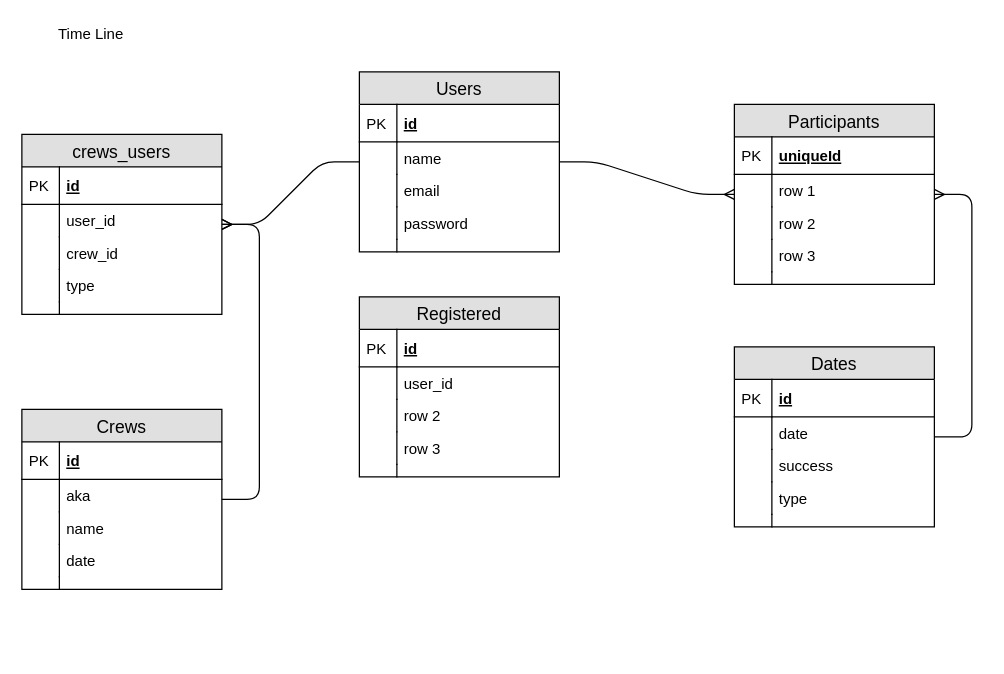
The draw.io diagram Time Line.drawio in Isidro-hernndez/Texto1, before the edit. Source tidied: cells renumbered, new cells numbered last; positions are measured from the earlier drawing's top-left corner, leaving out a move shared by most shapes. Both pictures are drawn from the tidied source at 125%, with x=0, y=0 at pixel (21, 21).
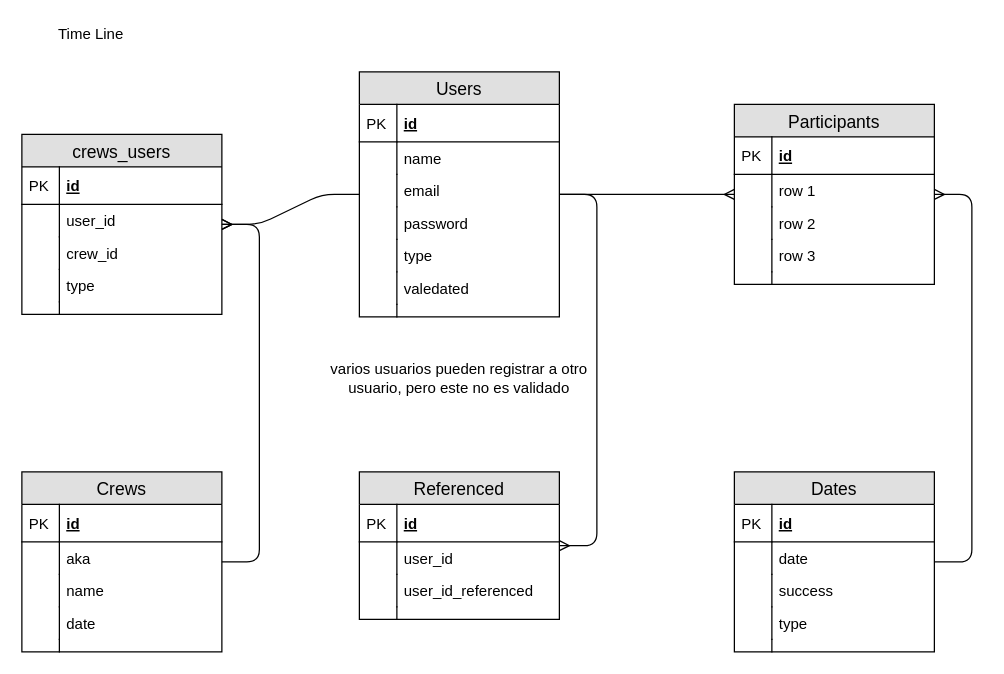
The same diagram, later.

Unchanged cells that the change refers to:
```xml
<mxCell id="50" value="Participants" style="swimlane;fontStyle=0;horizontal=1;startSize=26;fillColor=#e0e0e0;swimlaneFillColor=#ffffff;align=center;fontSize=14;" parent="1" vertex="1">
  <mxGeometry x="570" y="66" width="160" height="144" as="geometry" />
</mxCell>
```

Change to the diagram source:
```diff
@@
     <mxCell id="3" value="Users" style="swimlane;fontStyle=0;horizontal=1;startSize=26;fillColor=#e0e0e0;swimlaneFillColor=#ffffff;align=center;fontSize=14;" parent="1" vertex="1">
-      <mxGeometry x="270" y="40" width="160" height="144" as="geometry" />
+      <mxGeometry x="270" y="40" width="160" height="196" as="geometry" />
     </mxCell>
@@
+    <mxCell id="73" value="type" style="shape=partialRectangle;top=0;left=0;right=0;bottom=0;align=left;verticalAlign=top;fillColor=none;spacingLeft=34;spacingRight=4;overflow=hidden;fontSize=12;" parent="3" vertex="1">
+      <mxGeometry y="134" width="160" height="26" as="geometry" />
+    </mxCell>
+    <mxCell id="74" style="shape=partialRectangle;top=0;left=0;bottom=0;fillColor=none;align=left;verticalAlign=top;spacingLeft=4;spacingRight=4;overflow=hidden;fontSize=12;" parent="73" vertex="1">
+      <mxGeometry width="30" height="26" as="geometry" />
+    </mxCell>
+    <mxCell id="75" value="valedated" style="shape=partialRectangle;top=0;left=0;right=0;bottom=0;align=left;verticalAlign=top;fillColor=none;spacingLeft=34;spacingRight=4;overflow=hidden;fontSize=12;" parent="3" vertex="1">
+      <mxGeometry y="160" width="160" height="26" as="geometry" />
+    </mxCell>
+    <mxCell id="76" style="shape=partialRectangle;top=0;left=0;bottom=0;fillColor=none;align=left;verticalAlign=top;spacingLeft=4;spacingRight=4;overflow=hidden;fontSize=12;" parent="75" vertex="1">
+      <mxGeometry width="30" height="26" as="geometry" />
+    </mxCell>
     <mxCell id="12" style="shape=partialRectangle;top=0;left=0;right=0;bottom=0;align=left;verticalAlign=top;fillColor=none;spacingLeft=34;spacingRight=4;overflow=hidden;fontSize=12;" parent="3" vertex="1">
-      <mxGeometry y="134" width="160" height="10" as="geometry" />
+      <mxGeometry y="186" width="160" height="10" as="geometry" />
     </mxCell>
@@
     <mxCell id="14" value="Dates" style="swimlane;fontStyle=0;horizontal=1;startSize=26;fillColor=#e0e0e0;swimlaneFillColor=#ffffff;align=center;fontSize=14;" parent="1" vertex="1">
-      <mxGeometry x="570" y="260" width="160" height="144" as="geometry" />
+      <mxGeometry x="570" y="360" width="160" height="144" as="geometry" />
     </mxCell>
@@
     <mxCell id="25" value="Crews" style="swimlane;fontStyle=0;horizontal=1;startSize=26;fillColor=#e0e0e0;swimlaneFillColor=#ffffff;align=center;fontSize=14;" parent="1" vertex="1">
-      <mxGeometry y="310" width="160" height="144" as="geometry" />
+      <mxGeometry y="360" width="160" height="144" as="geometry" />
     </mxCell>
@@
-    <mxCell id="51" value="uniqueId" style="shape=partialRectangle;top=0;left=0;right=0;bottom=1;align=left;verticalAlign=middle;fillColor=none;spacingLeft=34;spacingRight=4;overflow=hidden;fontStyle=5;fontSize=12;" parent="50" vertex="1">
+    <mxCell id="51" value="id" style="shape=partialRectangle;top=0;left=0;right=0;bottom=1;align=left;verticalAlign=middle;fillColor=none;spacingLeft=34;spacingRight=4;overflow=hidden;fontStyle=5;fontSize=12;" parent="50" vertex="1">
       <mxGeometry y="26" width="160" height="30" as="geometry" />
     </mxCell>
@@
-    <mxCell id="62" value="Registered" style="swimlane;fontStyle=0;horizontal=1;startSize=26;fillColor=#e0e0e0;swimlaneFillColor=#ffffff;align=center;fontSize=14;" parent="1" vertex="1">
-      <mxGeometry x="270" y="220" width="160" height="144" as="geometry" />
+    <mxCell id="62" value="Referenced" style="swimlane;fontStyle=0;horizontal=1;startSize=26;fillColor=#e0e0e0;swimlaneFillColor=#ffffff;align=center;fontSize=14;" parent="1" vertex="1">
+      <mxGeometry x="270" y="360" width="160" height="118" as="geometry" />
     </mxCell>
@@
-    <mxCell id="67" value="row 2" style="shape=partialRectangle;top=0;left=0;right=0;bottom=0;align=left;verticalAlign=top;fillColor=none;spacingLeft=34;spacingRight=4;overflow=hidden;fontSize=12;" parent="62" vertex="1">
+    <mxCell id="67" value="user_id_referenced" style="shape=partialRectangle;top=0;left=0;right=0;bottom=0;align=left;verticalAlign=top;fillColor=none;spacingLeft=34;spacingRight=4;overflow=hidden;fontSize=12;" parent="62" vertex="1">
       <mxGeometry y="82" width="160" height="26" as="geometry" />
     </mxCell>
@@
-    <mxCell id="69" value="row 3" style="shape=partialRectangle;top=0;left=0;right=0;bottom=0;align=left;verticalAlign=top;fillColor=none;spacingLeft=34;spacingRight=4;overflow=hidden;fontSize=12;" parent="62" vertex="1">
-      <mxGeometry y="108" width="160" height="26" as="geometry" />
-    </mxCell>
-    <mxCell id="70" style="shape=partialRectangle;top=0;left=0;bottom=0;fillColor=none;align=left;verticalAlign=top;spacingLeft=4;spacingRight=4;overflow=hidden;fontSize=12;" parent="69" vertex="1">
-      <mxGeometry width="30" height="26" as="geometry" />
-    </mxCell>
     <mxCell id="71" style="shape=partialRectangle;top=0;left=0;right=0;bottom=0;align=left;verticalAlign=top;fillColor=none;spacingLeft=34;spacingRight=4;overflow=hidden;fontSize=12;" parent="62" vertex="1">
-      <mxGeometry y="134" width="160" height="10" as="geometry" />
+      <mxGeometry y="108" width="160" height="10" as="geometry" />
     </mxCell>
@@
+    <mxCell id="77" style="edgeStyle=entityRelationEdgeStyle;fontSize=12;html=1;endArrow=ERmany;" parent="1" edge="1" source="3" target="62">
+      <mxGeometry relative="1" as="geometry" />
+    </mxCell>
+    <mxCell id="78" value="varios usuarios pueden registrar a otro usuario, pero este no es validado" style="text;html=1;strokeColor=none;fillColor=none;align=center;verticalAlign=middle;whiteSpace=wrap;rounded=0;" parent="1" vertex="1">
+      <mxGeometry x="245" y="260" width="210" height="50" as="geometry" />
+    </mxCell>
```
